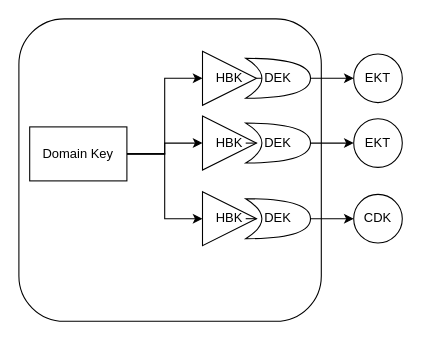
Above: kms-key-hierarchy.drawio in deepakcpakhale06/mindmaps (draw.io), before the change. Source tidied: cells renumbered, new cells numbered last; positions are measured from the earlier drawing's top-left corner, leaving out a move shared by most shapes. Both pictures are drawn from the tidied source at 108%, with x=0, y=0 at pixel (18, 18).
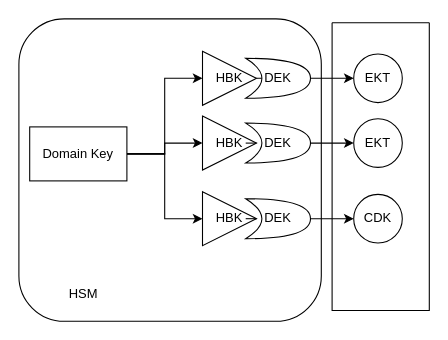
The same diagram, later.

Change to the diagram source:
```diff
@@
+    <mxCell id="21" value="HSM" style="text;html=1;strokeColor=none;fillColor=none;align=center;verticalAlign=middle;whiteSpace=wrap;rounded=0;" parent="1" vertex="1">
+      <mxGeometry x="30" y="240" width="60" height="30" as="geometry" />
+    </mxCell>
+    <mxCell id="22" style="swimlane;startSize=0;" parent="1" vertex="1">
+      <mxGeometry x="290" y="3.5" width="90" height="266.5" as="geometry" />
+    </mxCell>
```
